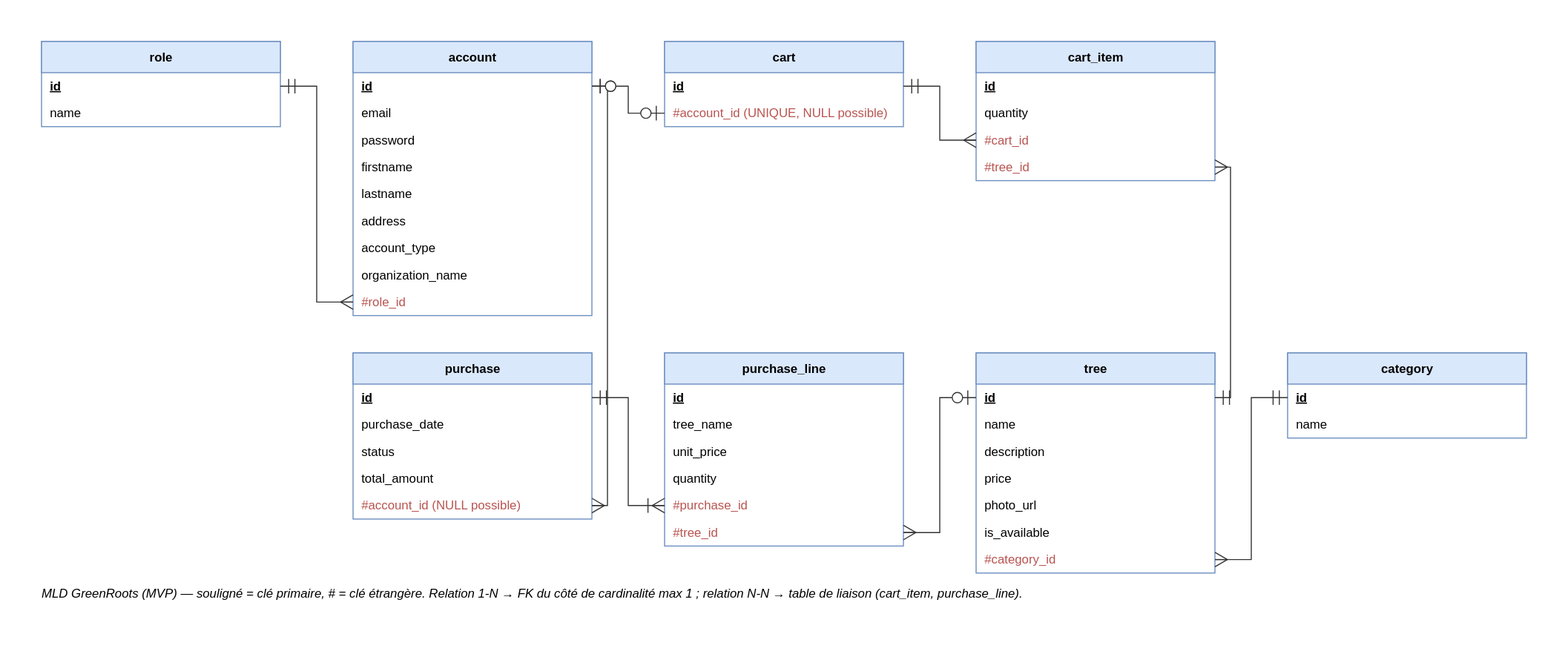
Earlier version of the draw.io export docs_conception/07b-MLD.drawio.svg (DimitryDereppe/je-s-appelle-graine). Source tidied: cells renumbered, new cells last; positions are measured from the earlier drawing's top-left corner, leaving out a move shared by most shapes.
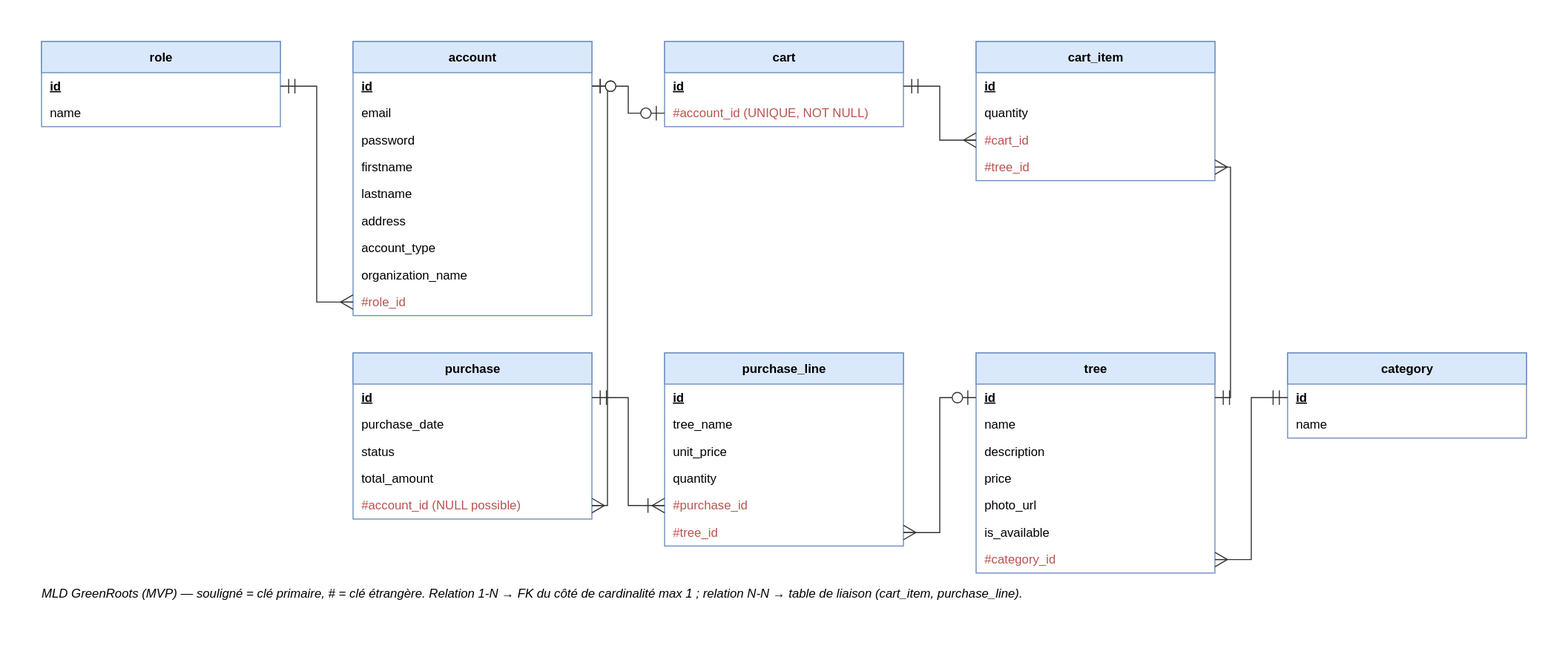
The same diagram one commit later.

Change to the diagram source:
```diff
@@ -47,7 +47,7 @@
     <mxCell id="16" value="&lt;u&gt;&lt;b&gt;id&lt;/b&gt;&lt;/u&gt;" style="text;html=1;align=left;verticalAlign=middle;spacingLeft=8;strokeColor=none;fillColor=none;" parent="15" vertex="1">
       <mxGeometry y="30" width="230" height="26" as="geometry" />
     </mxCell>
-    <mxCell id="17" value="#account_id (UNIQUE, NULL possible)" style="text;html=1;align=left;verticalAlign=middle;spacingLeft=8;strokeColor=none;fillColor=none;fontColor=#b85450;" parent="15" vertex="1">
+    <mxCell id="17" value="#account_id (UNIQUE, NOT NULL)" style="text;html=1;align=left;verticalAlign=middle;spacingLeft=8;strokeColor=none;fillColor=none;fontColor=#b85450;" parent="15" vertex="1">
       <mxGeometry y="56" width="230" height="26" as="geometry" />
     </mxCell>
     <mxCell id="18" value="cart_item" style="swimlane;fontStyle=1;align=center;startSize=30;html=1;whiteSpace=wrap;fillColor=#dae8fc;strokeColor=#6c8ebf;horizontal=1;" parent="1" vertex="1">
```
